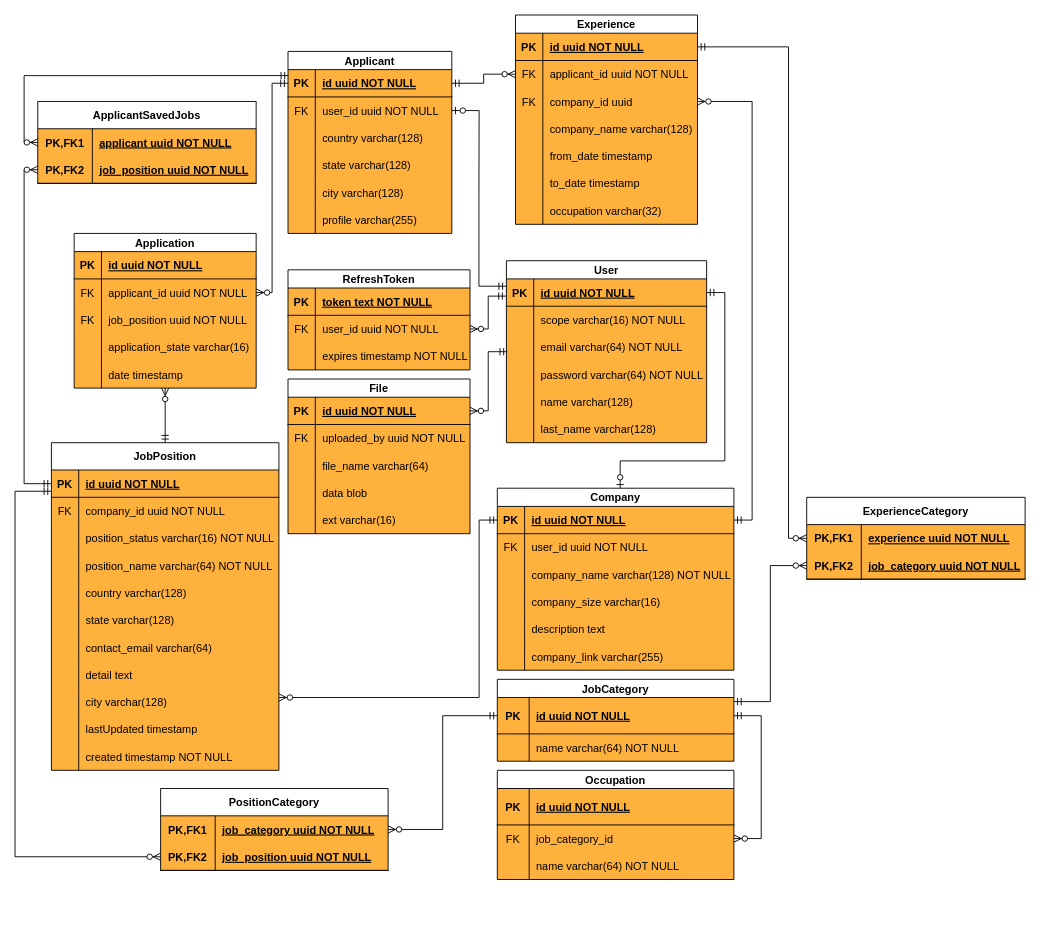
BUTAJI9l-IT/job-portal keeps this draw.io diagram as diagrams/ERD.drawio. Above is the earlier version. Source tidied: cells renumbered, new cells numbered last; positions are measured from the earlier drawing's top-left corner, leaving out a move shared by most shapes. Both pictures are drawn from the tidied source at 91%, with x=0, y=0 at pixel (15, 15).
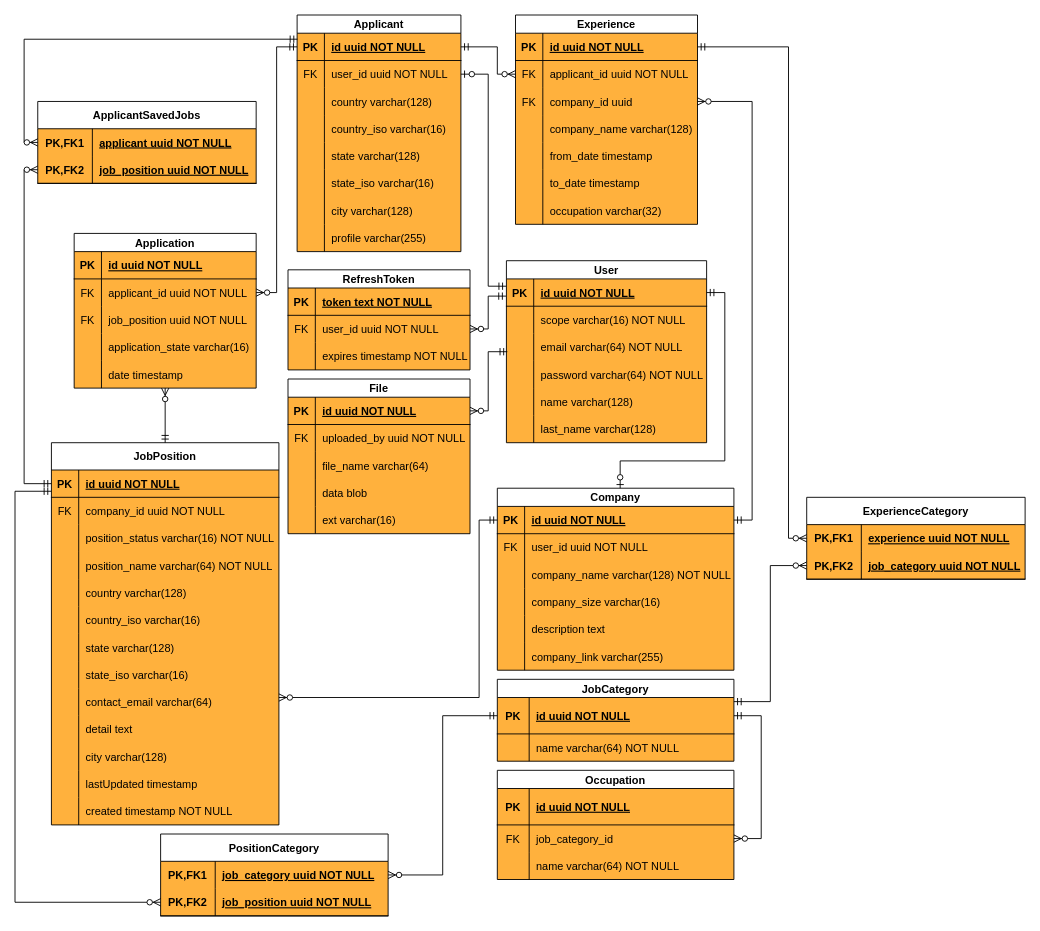
The same diagram, later.

Unchanged cells that the change refers to:
```xml
<mxCell id="3" style="shape=tableRow;horizontal=0;startSize=0;swimlaneHead=0;swimlaneBody=0;fillColor=none;points=[[0,0.5],[1,0.5]];portConstraint=eastwest;top=0;left=0;right=0;bottom=1;" parent="2" vertex="1">
  <mxGeometry y="20" width="180" height="30" as="geometry" />
</mxCell>
<mxCell id="6" style="shape=tableRow;horizontal=0;startSize=0;swimlaneHead=0;swimlaneBody=0;fillColor=none;points=[[0,0.5],[1,0.5]];portConstraint=eastwest;top=0;left=0;right=0;bottom=0;" parent="2" vertex="1">
  <mxGeometry y="50" width="180" height="30" as="geometry" />
</mxCell>
<mxCell id="60" style="shape=tableRow;horizontal=0;startSize=0;swimlaneHead=0;swimlaneBody=0;fillColor=none;points=[[0,0.5],[1,0.5]];portConstraint=eastwest;top=0;left=0;right=0;bottom=0;" parent="56" vertex="1">
  <mxGeometry y="50" width="200" height="30" as="geometry" />
</mxCell>
<mxCell id="96" style="shape=tableRow;horizontal=0;startSize=0;swimlaneHead=0;swimlaneBody=0;fillColor=none;points=[[0,0.5],[1,0.5]];portConstraint=eastwest;top=0;left=0;right=0;bottom=1;" parent="95" vertex="1">
  <mxGeometry y="20" width="220" height="30" as="geometry" />
</mxCell>
<mxCell id="175" style="shape=tableRow;horizontal=0;startSize=0;swimlaneHead=0;swimlaneBody=0;fillColor=none;points=[[0,0.5],[1,0.5]];portConstraint=eastwest;top=0;left=0;right=0;bottom=0;" parent="174" vertex="1">
  <mxGeometry y="30" width="240" height="30" as="geometry" />
</mxCell>
```

Change to the diagram source:
```diff
@@
     <mxCell id="2" value="Applicant" style="shape=table;startSize=20;childLayout=tableLayout;rowLines=0;fontStyle=1;align=center;labelBackgroundColor=none;labelBorderColor=none;swimlaneFillColor=#FFB13D;" parent="1" vertex="1">
-      <mxGeometry x="300" y="40" width="180" height="200" as="geometry" />
+      <mxGeometry x="310" width="180" height="260" as="geometry" />
     </mxCell>
@@
+    <mxCell id="211" style="shape=tableRow;horizontal=0;startSize=0;swimlaneHead=0;swimlaneBody=0;fillColor=none;top=0;left=0;right=0;bottom=0;" parent="2" vertex="1">
+      <mxGeometry y="110" width="180" height="30" as="geometry" />
+    </mxCell>
+    <mxCell id="212" style="shape=partialRectangle;fillColor=none;top=0;left=0;bottom=0;right=0;overflow=hidden;" parent="211" vertex="1">
+      <mxGeometry width="30" height="30" as="geometry" />
+    </mxCell>
+    <mxCell id="213" value="country_iso varchar(16)" style="shape=partialRectangle;fillColor=none;top=0;left=0;bottom=0;right=0;align=left;spacingLeft=6;overflow=hidden;" parent="211" vertex="1">
+      <mxGeometry x="30" width="150" height="30" as="geometry" />
+    </mxCell>
     <mxCell id="12" style="shape=tableRow;horizontal=0;startSize=0;swimlaneHead=0;swimlaneBody=0;fillColor=none;top=0;left=0;right=0;bottom=0;" parent="2" vertex="1">
-      <mxGeometry y="110" width="180" height="30" as="geometry" />
+      <mxGeometry y="140" width="180" height="30" as="geometry" />
     </mxCell>
@@
+    <mxCell id="214" style="shape=tableRow;horizontal=0;startSize=0;swimlaneHead=0;swimlaneBody=0;fillColor=none;top=0;left=0;right=0;bottom=0;" parent="2" vertex="1">
+      <mxGeometry y="170" width="180" height="30" as="geometry" />
+    </mxCell>
+    <mxCell id="215" style="shape=partialRectangle;fillColor=none;top=0;left=0;bottom=0;right=0;overflow=hidden;" parent="214" vertex="1">
+      <mxGeometry width="30" height="30" as="geometry" />
+    </mxCell>
+    <mxCell id="216" value="state_iso varchar(16)" style="shape=partialRectangle;fillColor=none;top=0;left=0;bottom=0;right=0;align=left;spacingLeft=6;overflow=hidden;" parent="214" vertex="1">
+      <mxGeometry x="30" width="150" height="30" as="geometry" />
+    </mxCell>
     <mxCell id="15" style="shape=tableRow;horizontal=0;startSize=0;swimlaneHead=0;swimlaneBody=0;fillColor=none;top=0;left=0;right=0;bottom=0;" parent="2" vertex="1">
-      <mxGeometry y="140" width="180" height="30" as="geometry" />
+      <mxGeometry y="200" width="180" height="30" as="geometry" />
     </mxCell>
@@
     <mxCell id="18" style="shape=tableRow;horizontal=0;startSize=0;swimlaneHead=0;swimlaneBody=0;fillColor=none;top=0;left=0;right=0;bottom=0;" parent="2" vertex="1">
-      <mxGeometry y="170" width="180" height="30" as="geometry" />
+      <mxGeometry y="230" width="180" height="30" as="geometry" />
     </mxCell>
@@
-    <mxCell id="114" style="edgeStyle=entityRelationEdgeStyle;fontSize=12;html=1;endArrow=ERzeroToOne;startArrow=ERmandOne;rounded=0;exitX=-0.001;exitY=0.267;exitDx=0;exitDy=0;exitPerimeter=0;" parent="1" edge="1" source="96" target="6">
-      <mxGeometry relative="1" as="geometry" />
+    <mxCell id="114" style="edgeStyle=orthogonalEdgeStyle;fontSize=12;html=1;endArrow=ERzeroToOne;startArrow=ERmandOne;rounded=0;exitX=-0.001;exitY=0.267;exitDx=0;exitDy=0;exitPerimeter=0;" parent="1" edge="1" source="96" target="6">
+      <mxGeometry relative="1" as="geometry">
+        <Array as="points">
+          <mxPoint x="520" y="298" />
+          <mxPoint x="520" y="65" />
+        </Array>
+      </mxGeometry>
     </mxCell>
     <mxCell id="115" style="fontSize=12;html=1;endArrow=ERzeroToMany;startArrow=ERmandOne;rounded=0;exitX=1;exitY=0.5;exitDx=0;exitDy=0;entryX=0;entryY=0.5;entryDx=0;entryDy=0;edgeStyle=orthogonalEdgeStyle;" parent="1" edge="1" source="3" target="60">
-      <mxGeometry relative="1" as="geometry" />
+      <mxGeometry relative="1" as="geometry">
+        <Array as="points">
+          <mxPoint x="530" y="35" />
+          <mxPoint x="530" y="65" />
+        </Array>
+      </mxGeometry>
     </mxCell>
@@
     <mxCell id="117" value="JobPosition" style="shape=table;startSize=30;childLayout=tableLayout;rowLines=0;fontStyle=1;align=center;swimlaneFillColor=#FFB13D;" parent="1" vertex="1">
-      <mxGeometry x="40" y="470" width="250" height="360" as="geometry" />
+      <mxGeometry x="40" y="470" width="250" height="420" as="geometry" />
     </mxCell>
@@
+    <mxCell id="217" style="shape=tableRow;horizontal=0;startSize=0;swimlaneHead=0;swimlaneBody=0;fillColor=none;top=0;left=0;right=0;bottom=0;" parent="117" vertex="1">
+      <mxGeometry y="180" width="250" height="30" as="geometry" />
+    </mxCell>
+    <mxCell id="218" style="shape=partialRectangle;fillColor=none;top=0;left=0;bottom=0;right=0;overflow=hidden;" parent="217" vertex="1">
+      <mxGeometry width="30" height="30" as="geometry" />
+    </mxCell>
+    <mxCell id="219" value="country_iso varchar(16)" style="shape=partialRectangle;fillColor=none;top=0;left=0;bottom=0;right=0;align=left;spacingLeft=6;overflow=hidden;" parent="217" vertex="1">
+      <mxGeometry x="30" width="220" height="30" as="geometry" />
+    </mxCell>
     <mxCell id="133" style="shape=tableRow;horizontal=0;startSize=0;swimlaneHead=0;swimlaneBody=0;fillColor=none;top=0;left=0;right=0;bottom=0;" parent="117" vertex="1">
-      <mxGeometry y="180" width="250" height="30" as="geometry" />
+      <mxGeometry y="210" width="250" height="30" as="geometry" />
     </mxCell>
@@
+    <mxCell id="220" style="shape=tableRow;horizontal=0;startSize=0;swimlaneHead=0;swimlaneBody=0;fillColor=none;top=0;left=0;right=0;bottom=0;" parent="117" vertex="1">
+      <mxGeometry y="240" width="250" height="30" as="geometry" />
+    </mxCell>
+    <mxCell id="221" style="shape=partialRectangle;fillColor=none;top=0;left=0;bottom=0;right=0;overflow=hidden;" parent="220" vertex="1">
+      <mxGeometry width="30" height="30" as="geometry" />
+    </mxCell>
+    <mxCell id="222" value="state_iso varchar(16)" style="shape=partialRectangle;fillColor=none;top=0;left=0;bottom=0;right=0;align=left;spacingLeft=6;overflow=hidden;" parent="220" vertex="1">
+      <mxGeometry x="30" width="220" height="30" as="geometry" />
+    </mxCell>
     <mxCell id="136" style="shape=tableRow;horizontal=0;startSize=0;swimlaneHead=0;swimlaneBody=0;fillColor=none;top=0;left=0;right=0;bottom=0;" parent="117" vertex="1">
-      <mxGeometry y="210" width="250" height="30" as="geometry" />
+      <mxGeometry y="270" width="250" height="30" as="geometry" />
     </mxCell>
@@
     <mxCell id="139" style="shape=tableRow;horizontal=0;startSize=0;swimlaneHead=0;swimlaneBody=0;fillColor=none;top=0;left=0;right=0;bottom=0;" parent="117" vertex="1">
-      <mxGeometry y="240" width="250" height="30" as="geometry" />
+      <mxGeometry y="300" width="250" height="30" as="geometry" />
     </mxCell>
@@
     <mxCell id="142" style="shape=tableRow;horizontal=0;startSize=0;swimlaneHead=0;swimlaneBody=0;fillColor=none;top=0;left=0;right=0;bottom=0;" parent="117" vertex="1">
-      <mxGeometry y="270" width="250" height="30" as="geometry" />
+      <mxGeometry y="330" width="250" height="30" as="geometry" />
     </mxCell>
@@
     <mxCell id="145" style="shape=tableRow;horizontal=0;startSize=0;swimlaneHead=0;swimlaneBody=0;fillColor=none;top=0;left=0;right=0;bottom=0;" parent="117" vertex="1">
-      <mxGeometry y="300" width="250" height="30" as="geometry" />
+      <mxGeometry y="360" width="250" height="30" as="geometry" />
     </mxCell>
@@
     <mxCell id="148" style="shape=tableRow;horizontal=0;startSize=0;swimlaneHead=0;swimlaneBody=0;fillColor=none;top=0;left=0;right=0;bottom=0;" parent="117" vertex="1">
-      <mxGeometry y="330" width="250" height="30" as="geometry" />
+      <mxGeometry y="390" width="250" height="30" as="geometry" />
     </mxCell>
@@
     <mxCell id="153" value="PositionCategory" style="shape=table;startSize=30;childLayout=tableLayout;rowLines=0;fontStyle=1;align=center;swimlaneFillColor=#FFB13D;" parent="1" vertex="1">
-      <mxGeometry x="160" y="850" width="250" height="90" as="geometry" />
+      <mxGeometry x="160" y="900" width="250" height="90" as="geometry" />
     </mxCell>
@@
     <mxCell id="182" style="edgeStyle=orthogonalEdgeStyle;fontSize=12;html=1;endArrow=ERzeroToMany;startArrow=ERmandOne;rounded=0;exitX=0.002;exitY=0.219;exitDx=0;exitDy=0;exitPerimeter=0;elbow=vertical;entryX=0;entryY=0.5;entryDx=0;entryDy=0;" parent="1" edge="1" source="3" target="175">
       <mxGeometry relative="1" as="geometry">
         <Array as="points">
-          <mxPoint x="10" y="67" />
+          <mxPoint x="10" y="27" />
           <mxPoint x="10" y="140" />
         </Array>
       </mxGeometry>
     </mxCell>
```
